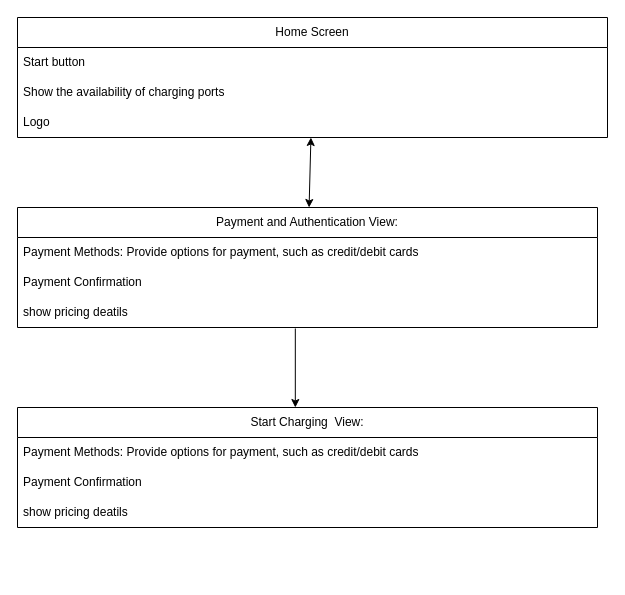
This is 未命名绘图.drawio from yuchinchenTW/IDT_-forgreengrassv2_log, a draw.io file, before an edit. Source tidied: cells renumbered, new cells numbered last; positions are measured from the earlier drawing's top-left corner, leaving out a move shared by most shapes. Both pictures are drawn from the tidied source at 100%, with x=0, y=0 at pixel (17, 17).
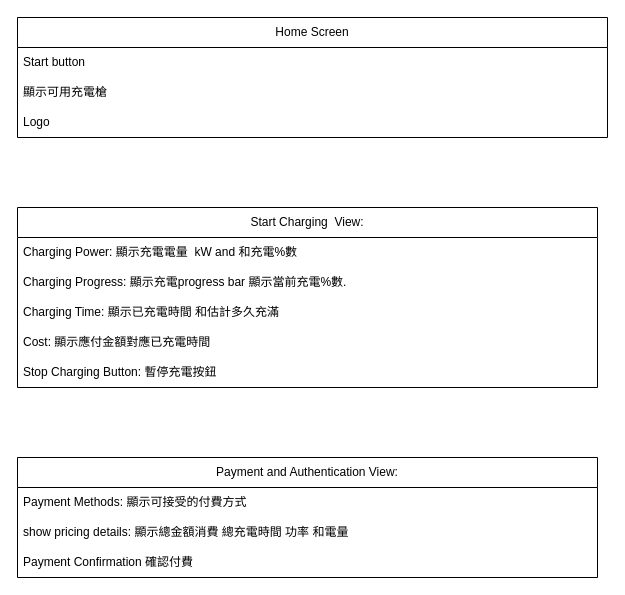
The same page after the edit.

Commit message:
更新未命名绘图.drawio

Change to the diagram source:
```diff
@@
 <mxGraphModel>
   <root>
     <mxCell id="0" />
     <mxCell id="1" parent="0" />
     <mxCell id="2" value="Home Screen" style="swimlane;fontStyle=0;horizontal=1;startSize=30;whiteSpace=wrap;html=1;" parent="1" vertex="1">
       <mxGeometry width="590" height="120" as="geometry" />
     </mxCell>
     <mxCell id="3" value="Start button" style="text;strokeColor=none;fillColor=none;align=left;verticalAlign=middle;spacingLeft=4;spacingRight=4;overflow=hidden;whiteSpace=wrap;html=1;" parent="2" vertex="1">
       <mxGeometry y="30" width="590" height="30" as="geometry" />
     </mxCell>
-    <mxCell id="4" value="Show the availability of charging ports" style="text;strokeColor=none;fillColor=none;align=left;verticalAlign=middle;spacingLeft=4;spacingRight=4;overflow=hidden;whiteSpace=wrap;html=1;" parent="2" vertex="1">
+    <mxCell id="4" value="顯示可用充電槍" style="text;strokeColor=none;fillColor=none;align=left;verticalAlign=middle;spacingLeft=4;spacingRight=4;overflow=hidden;whiteSpace=wrap;html=1;" parent="2" vertex="1">
       <mxGeometry y="60" width="590" height="30" as="geometry" />
     </mxCell>
     <mxCell id="5" value="Logo" style="text;strokeColor=none;fillColor=none;align=left;verticalAlign=middle;spacingLeft=4;spacingRight=4;overflow=hidden;whiteSpace=wrap;html=1;" parent="2" vertex="1">
       <mxGeometry y="90" width="590" height="30" as="geometry" />
     </mxCell>
     <mxCell id="6" value="Payment and Authentication View:" style="swimlane;fontStyle=0;horizontal=1;startSize=30;whiteSpace=wrap;html=1;" parent="1" vertex="1">
-      <mxGeometry y="190" width="580" height="120" as="geometry" />
+      <mxGeometry y="440" width="580" height="120" as="geometry" />
     </mxCell>
-    <mxCell id="7" value="Payment Methods: Provide options for payment, such as credit/debit cards" style="text;strokeColor=none;fillColor=none;align=left;verticalAlign=middle;spacingLeft=4;spacingRight=4;overflow=hidden;whiteSpace=wrap;html=1;" parent="6" vertex="1">
+    <mxCell id="7" value="Payment Methods: 顯示可接受的付費方式" style="text;strokeColor=none;fillColor=none;align=left;verticalAlign=middle;spacingLeft=4;spacingRight=4;overflow=hidden;whiteSpace=wrap;html=1;" parent="6" vertex="1">
       <mxGeometry y="30" width="580" height="30" as="geometry" />
     </mxCell>
+    <mxCell id="9" value="show pricing details: 顯示總金額消費 總充電時間 功率 和電量" style="text;strokeColor=none;fillColor=none;align=left;verticalAlign=middle;spacingLeft=4;spacingRight=4;overflow=hidden;points=[[0,0.5],[1,0.5]];portConstraint=eastwest;whiteSpace=wrap;html=1;" parent="6" vertex="1">
+      <mxGeometry y="60" width="580" height="30" as="geometry" />
+    </mxCell>
-    <mxCell id="8" value="Payment Confirmation" style="text;strokeColor=none;fillColor=none;align=left;verticalAlign=middle;spacingLeft=4;spacingRight=4;overflow=hidden;whiteSpace=wrap;html=1;" parent="6" vertex="1">
-      <mxGeometry y="60" width="580" height="30" as="geometry" />
+    <mxCell id="8" value="Payment Confirmation 確認付費" style="text;strokeColor=none;fillColor=none;align=left;verticalAlign=middle;spacingLeft=4;spacingRight=4;overflow=hidden;whiteSpace=wrap;html=1;" parent="6" vertex="1">
+      <mxGeometry y="90" width="580" height="30" as="geometry" />
     </mxCell>
-    <mxCell id="9" value="show pricing deatils" style="text;strokeColor=none;fillColor=none;align=left;verticalAlign=middle;spacingLeft=4;spacingRight=4;overflow=hidden;points=[[0,0.5],[1,0.5]];portConstraint=eastwest;whiteSpace=wrap;html=1;" parent="6" vertex="1">
-      <mxGeometry y="90" width="580" height="30" as="geometry" />
-    </mxCell>
-    <mxCell id="10" style="endArrow=classic;startArrow=classic;html=1;rounded=0;" parent="1" edge="1" source="6" target="2">
-      <mxGeometry relative="1" as="geometry" />
-    </mxCell>
     <mxCell id="11" value="Start Charging&amp;nbsp; View:" style="swimlane;fontStyle=0;horizontal=1;startSize=30;whiteSpace=wrap;html=1;" parent="1" vertex="1">
-      <mxGeometry y="390" width="580" height="120" as="geometry" />
+      <mxGeometry y="190" width="580" height="180" as="geometry" />
     </mxCell>
-    <mxCell id="12" value="Payment Methods: Provide options for payment, such as credit/debit cards" style="text;strokeColor=none;fillColor=none;align=left;verticalAlign=middle;spacingLeft=4;spacingRight=4;overflow=hidden;whiteSpace=wrap;html=1;" parent="11" vertex="1">
+    <mxCell id="12" value="Charging Power: 顯示充電電量&amp;nbsp; kW and 和充電%數" style="text;strokeColor=none;fillColor=none;align=left;verticalAlign=middle;spacingLeft=4;spacingRight=4;overflow=hidden;whiteSpace=wrap;html=1;" parent="11" vertex="1">
       <mxGeometry y="30" width="580" height="30" as="geometry" />
     </mxCell>
+    <mxCell id="16" value="Charging Progress: 顯示充電progress bar 顯示當前充電%數." style="text;strokeColor=none;fillColor=none;align=left;verticalAlign=middle;spacingLeft=4;spacingRight=4;overflow=hidden;whiteSpace=wrap;html=1;" parent="11" vertex="1">
+      <mxGeometry y="60" width="580" height="30" as="geometry" />
+    </mxCell>
-    <mxCell id="13" value="Payment Confirmation" style="text;strokeColor=none;fillColor=none;align=left;verticalAlign=middle;spacingLeft=4;spacingRight=4;overflow=hidden;whiteSpace=wrap;html=1;" parent="11" vertex="1">
-      <mxGeometry y="60" width="580" height="30" as="geometry" />
+    <mxCell id="13" value="Charging Time: 顯示已充電時間 和估計多久充滿&amp;nbsp;" style="text;strokeColor=none;fillColor=none;align=left;verticalAlign=middle;spacingLeft=4;spacingRight=4;overflow=hidden;whiteSpace=wrap;html=1;" parent="11" vertex="1">
+      <mxGeometry y="90" width="580" height="30" as="geometry" />
     </mxCell>
-    <mxCell id="14" value="show pricing deatils" style="text;strokeColor=none;fillColor=none;align=left;verticalAlign=middle;spacingLeft=4;spacingRight=4;overflow=hidden;whiteSpace=wrap;html=1;" parent="11" vertex="1">
-      <mxGeometry y="90" width="580" height="30" as="geometry" />
+    <mxCell id="14" value="Cost: 顯示應付金額對應已充電時間" style="text;strokeColor=none;fillColor=none;align=left;verticalAlign=middle;spacingLeft=4;spacingRight=4;overflow=hidden;whiteSpace=wrap;html=1;" parent="11" vertex="1">
+      <mxGeometry y="120" width="580" height="30" as="geometry" />
     </mxCell>
-    <mxCell id="15" style="endArrow=classic;html=1;rounded=0;entryX=0.479;entryY=0;entryDx=0;entryDy=0;entryPerimeter=0;exitX=0.479;exitY=1.033;exitDx=0;exitDy=0;exitPerimeter=0;" parent="1" edge="1" source="9" target="11">
-      <mxGeometry relative="1" as="geometry" />
-    </mxCell>
+    <mxCell id="17" value="Stop Charging Button: 暫停充電按鈕" style="text;strokeColor=none;fillColor=none;align=left;verticalAlign=middle;spacingLeft=4;spacingRight=4;overflow=hidden;whiteSpace=wrap;html=1;" parent="11" vertex="1">
+      <mxGeometry y="150" width="580" height="30" as="geometry" />
+    </mxCell>
   </root>
 </mxGraphModel>
```
